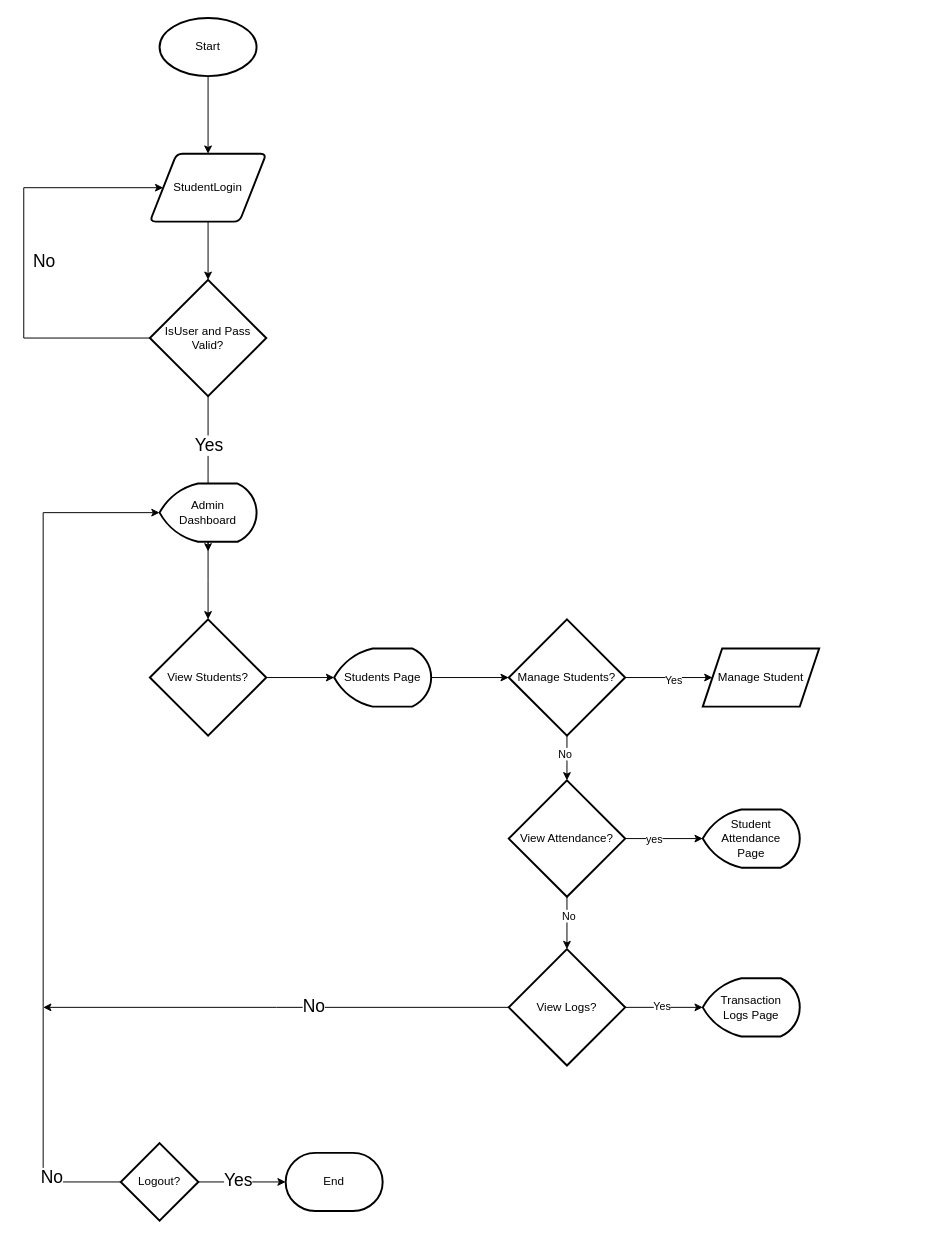
N0Obitaz/DrawIODiagrams keeps this draw.io diagram as Projects/Copy of FlowchartAttendanceSystem.drawio. Above is the earlier version. Source tidied: cells renumbered, new cells numbered last; positions are measured from the earlier drawing's top-left corner, leaving out a move shared by most shapes. Both pictures are drawn from the tidied source at 97%, with x=0, y=0 at pixel (23, 17).
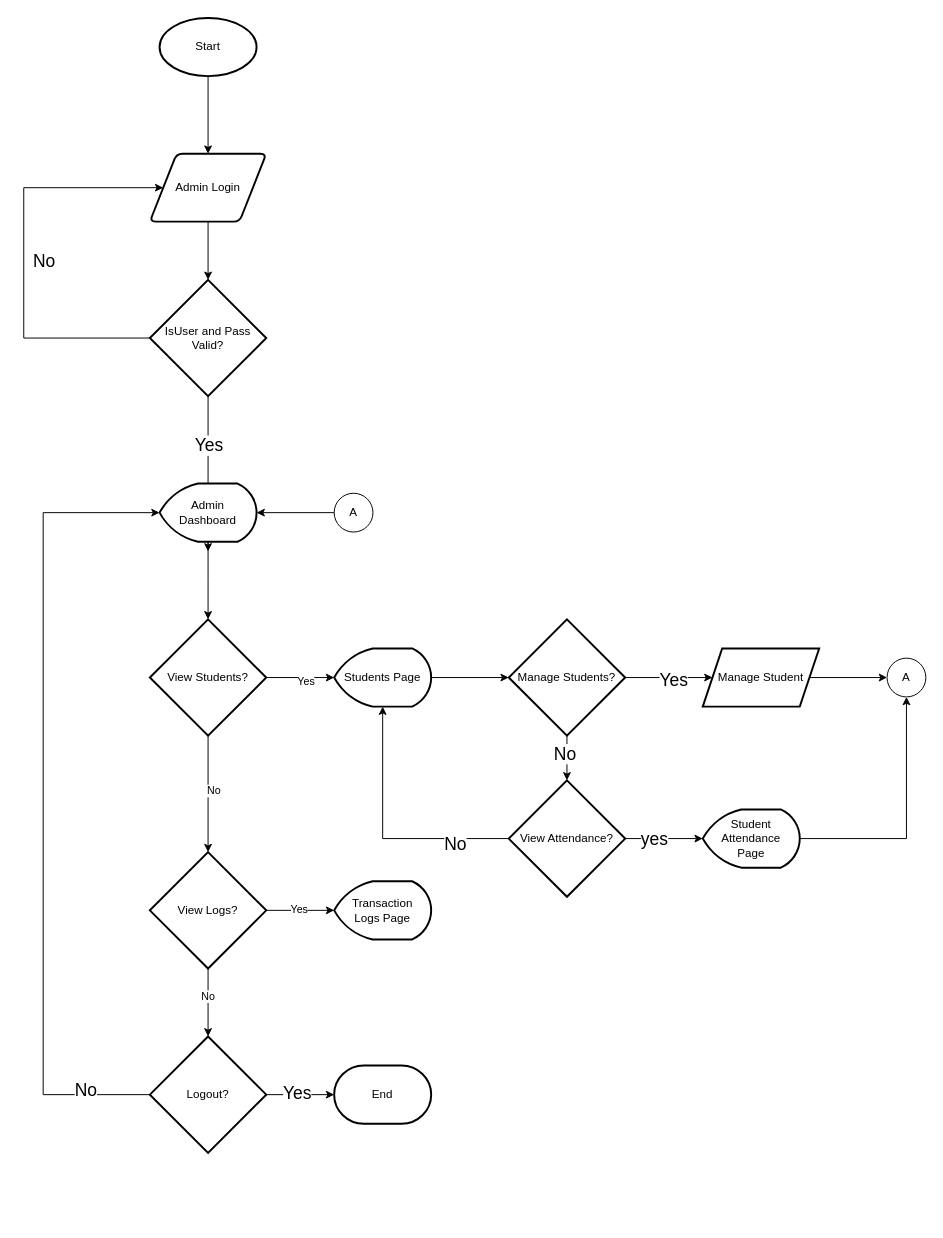
The same page after the edit.

The change refers to these unchanged cells:
```xml
<mxCell id="12" value="Admin&lt;div&gt;Dashboard&lt;/div&gt;" style="strokeWidth=2;html=1;shape=mxgraph.flowchart.display;whiteSpace=wrap;" parent="1" vertex="1">
  <mxGeometry x="140" y="480" width="100" height="60" as="geometry" />
</mxCell>
<mxCell id="19" style="edgeStyle=orthogonalEdgeStyle;rounded=0;jettySize=auto;html=1;" parent="1" edge="1" source="20" target="22">
  <mxGeometry relative="1" as="geometry" />
</mxCell>
<mxCell id="20" value="View Students?" style="strokeWidth=2;html=1;shape=mxgraph.flowchart.decision;whiteSpace=wrap;" parent="1" vertex="1">
  <mxGeometry x="130" y="620" width="120" height="120" as="geometry" />
</mxCell>
<mxCell id="22" value="Students Page" style="strokeWidth=2;html=1;shape=mxgraph.flowchart.display;whiteSpace=wrap;" parent="1" vertex="1">
  <mxGeometry x="320" y="650" width="100" height="60" as="geometry" />
</mxCell>
<mxCell id="23" style="edgeStyle=orthogonalEdgeStyle;rounded=0;jettySize=auto;html=1;" parent="1" edge="1" source="27" target="28">
  <mxGeometry relative="1" as="geometry" />
</mxCell>
<mxCell id="25" style="edgeStyle=orthogonalEdgeStyle;rounded=0;jettySize=auto;html=1;" parent="1" edge="1" source="27" target="33">
  <mxGeometry relative="1" as="geometry" />
</mxCell>
<mxCell id="28" value="Manage Student" style="shape=parallelogram;perimeter=parallelogramPerimeter;whiteSpace=wrap;html=1;fixedSize=1;strokeWidth=2;" parent="1" vertex="1">
  <mxGeometry x="700" y="650" width="120" height="60" as="geometry" />
</mxCell>
<mxCell id="29" style="edgeStyle=orthogonalEdgeStyle;rounded=0;jettySize=auto;html=1;" parent="1" edge="1" source="33" target="34">
  <mxGeometry relative="1" as="geometry" />
</mxCell>
<mxCell id="33" value="View Attendance?" style="strokeWidth=2;html=1;shape=mxgraph.flowchart.decision;whiteSpace=wrap;" parent="1" vertex="1">
  <mxGeometry x="500" y="786" width="120" height="120" as="geometry" />
</mxCell>
<mxCell id="34" value="Student Attendance&lt;div&gt;Page&lt;/div&gt;" style="strokeWidth=2;html=1;shape=mxgraph.flowchart.display;whiteSpace=wrap;" parent="1" vertex="1">
  <mxGeometry x="700" y="816" width="100" height="60" as="geometry" />
</mxCell>
```

Change to the diagram source:
```diff
@@
-    <mxCell id="5" value="StudentLogin" style="shape=parallelogram;html=1;strokeWidth=2;perimeter=parallelogramPerimeter;whiteSpace=wrap;rounded=1;arcSize=12;size=0.23;" parent="1" vertex="1">
+    <mxCell id="5" value="Admin Login" style="shape=parallelogram;html=1;strokeWidth=2;perimeter=parallelogramPerimeter;whiteSpace=wrap;rounded=1;arcSize=12;size=0.23;" parent="1" vertex="1">
       <mxGeometry x="130" y="140" width="120" height="70" as="geometry" />
     </mxCell>
@@
     <mxCell id="13" value="End" style="strokeWidth=2;html=1;shape=mxgraph.flowchart.terminator;whiteSpace=wrap;" parent="1" vertex="1">
-      <mxGeometry x="270" y="1170" width="100" height="60" as="geometry" />
+      <mxGeometry x="320" y="1080" width="100" height="60" as="geometry" />
     </mxCell>
-    <mxCell id="14" style="edgeStyle=orthogonalEdgeStyle;rounded=0;jettySize=auto;html=1;" parent="1" edge="1" source="16" target="13">
+    <mxCell id="14" style="edgeStyle=orthogonalEdgeStyle;rounded=0;jettySize=auto;html=1;exitX=1;exitY=0.5;exitDx=0;exitDy=0;exitPerimeter=0;" parent="1" edge="1" source="16" target="13">
       <mxGeometry relative="1" as="geometry" />
     </mxCell>
@@
-    <mxCell id="16" value="Logout?" style="rhombus;whiteSpace=wrap;html=1;strokeWidth=2;" parent="1" vertex="1">
-      <mxGeometry x="100" y="1160" width="80" height="80" as="geometry" />
-    </mxCell>
-    <mxCell id="17" style="edgeStyle=orthogonalEdgeStyle;rounded=0;jettySize=auto;html=1;entryX=0;entryY=0.5;entryDx=0;entryDy=0;entryPerimeter=0;" parent="1" edge="1" source="16" target="12">
+    <mxCell id="17" style="edgeStyle=orthogonalEdgeStyle;rounded=0;jettySize=auto;html=1;entryX=0;entryY=0.5;entryDx=0;entryDy=0;entryPerimeter=0;exitX=0;exitY=0.5;exitDx=0;exitDy=0;exitPerimeter=0;" parent="1" edge="1" source="16" target="12">
       <mxGeometry relative="1" as="geometry">
         <Array as="points">
-          <mxPoint x="20" y="1200" />
+          <mxPoint x="20" y="1110" />
           <mxPoint x="20" y="510" />
         </Array>
       </mxGeometry>
     </mxCell>
@@
+    <mxCell id="41" value="Yes" style="edgeLabel;html=1;align=center;verticalAlign=middle;" parent="19" vertex="1">
+      <mxGeometry x="0.13" y="-3" relative="1" as="geometry" />
+    </mxCell>
@@
-    <mxCell id="24" value="Yes" style="edgeLabel;html=1;align=center;verticalAlign=middle;" parent="23" vertex="1">
+    <mxCell id="24" value="Yes" style="edgeLabel;html=1;align=center;verticalAlign=middle;fontSize=18;" parent="23" vertex="1">
       <mxGeometry x="0.09" y="-2" relative="1" as="geometry" />
     </mxCell>
@@
-    <mxCell id="26" value="No" style="edgeLabel;html=1;align=center;verticalAlign=middle;" parent="25" vertex="1">
+    <mxCell id="26" value="No" style="edgeLabel;html=1;align=center;verticalAlign=middle;fontSize=18;" parent="25" vertex="1">
       <mxGeometry x="-0.23" y="-3" relative="1" as="geometry" />
     </mxCell>
@@
-    <mxCell id="30" value="yes" style="edgeLabel;html=1;align=center;verticalAlign=middle;" parent="29" vertex="1">
+    <mxCell id="30" value="yes" style="edgeLabel;html=1;align=center;verticalAlign=middle;fontSize=18;" parent="29" vertex="1">
       <mxGeometry x="-0.27" relative="1" as="geometry" />
     </mxCell>
-    <mxCell id="31" style="edgeStyle=orthogonalEdgeStyle;rounded=0;jettySize=auto;html=1;" parent="1" edge="1" source="33" target="39">
-      <mxGeometry relative="1" as="geometry" />
-    </mxCell>
-    <mxCell id="32" value="No" style="edgeLabel;html=1;align=center;verticalAlign=middle;" parent="31" vertex="1">
-      <mxGeometry x="-0.28" y="1" relative="1" as="geometry" />
-    </mxCell>
@@
-    <mxCell id="37" style="edgeStyle=orthogonalEdgeStyle;rounded=0;jettySize=auto;html=1;" parent="1" edge="1" source="39">
-      <mxGeometry relative="1" as="geometry">
-        <mxPoint x="20" y="1020" as="targetPoint" />
-      </mxGeometry>
-    </mxCell>
-    <mxCell id="38" value="&lt;font style=&quot;font-size: 18px;&quot;&gt;No&lt;/font&gt;" style="edgeLabel;html=1;align=center;verticalAlign=middle;" parent="37" vertex="1">
-      <mxGeometry x="-0.16" y="-2" relative="1" as="geometry" />
-    </mxCell>
+    <mxCell id="42" style="edgeStyle=orthogonalEdgeStyle;rounded=0;jettySize=auto;html=1;" parent="1" edge="1" source="39" target="16">
+      <mxGeometry relative="1" as="geometry" />
+    </mxCell>
+    <mxCell id="43" value="No" style="edgeLabel;html=1;align=center;verticalAlign=middle;" parent="42" vertex="1">
+      <mxGeometry x="-0.21" y="-1" relative="1" as="geometry" />
+    </mxCell>
     <mxCell id="39" value="View Logs?" style="strokeWidth=2;html=1;shape=mxgraph.flowchart.decision;whiteSpace=wrap;" parent="1" vertex="1">
-      <mxGeometry x="500" y="960" width="120" height="120" as="geometry" />
+      <mxGeometry x="130" y="860" width="120" height="120" as="geometry" />
     </mxCell>
     <mxCell id="40" value="Transaction&lt;br&gt;Logs Page" style="strokeWidth=2;html=1;shape=mxgraph.flowchart.display;whiteSpace=wrap;" parent="1" vertex="1">
-      <mxGeometry x="700" y="990" width="100" height="60" as="geometry" />
+      <mxGeometry x="320" y="890" width="100" height="60" as="geometry" />
     </mxCell>
+    <mxCell id="44" style="edgeStyle=orthogonalEdgeStyle;rounded=0;jettySize=auto;html=1;entryX=0.5;entryY=1;entryDx=0;entryDy=0;entryPerimeter=0;" parent="1" edge="1" source="33" target="22">
+      <mxGeometry relative="1" as="geometry" />
+    </mxCell>
+    <mxCell id="45" value="No" style="edgeLabel;html=1;align=center;verticalAlign=middle;fontSize=18;" parent="44" vertex="1">
+      <mxGeometry x="-0.58" y="5" relative="1" as="geometry" />
+    </mxCell>
+    <mxCell id="46" style="edgeStyle=orthogonalEdgeStyle;rounded=0;jettySize=auto;html=1;entryX=0.5;entryY=0;entryDx=0;entryDy=0;entryPerimeter=0;" parent="1" edge="1" source="20" target="39">
+      <mxGeometry relative="1" as="geometry" />
+    </mxCell>
+    <mxCell id="47" value="No" style="edgeLabel;html=1;align=center;verticalAlign=middle;" parent="46" vertex="1">
+      <mxGeometry x="-0.07" y="5" relative="1" as="geometry" />
+    </mxCell>
+    <mxCell id="16" value="Logout?" style="strokeWidth=2;html=1;shape=mxgraph.flowchart.decision;whiteSpace=wrap;" parent="1" vertex="1">
+      <mxGeometry x="130" y="1050" width="120" height="120" as="geometry" />
+    </mxCell>
+    <mxCell id="48" style="group;" parent="1" vertex="1">
+      <mxGeometry x="890" y="660" width="40" height="40" as="geometry" />
+    </mxCell>
+    <mxCell id="49" style="verticalLabelPosition=bottom;verticalAlign=top;html=1;shape=mxgraph.flowchart.on-page_reference;" parent="48" vertex="1">
+      <mxGeometry width="40" height="40" as="geometry" />
+    </mxCell>
+    <mxCell id="50" value="A" style="text;html=1;whiteSpace=wrap;strokeColor=none;fillColor=none;align=center;verticalAlign=middle;rounded=0;" parent="48" vertex="1">
+      <mxGeometry x="10" y="5" width="20" height="30" as="geometry" />
+    </mxCell>
+    <mxCell id="51" style="edgeStyle=orthogonalEdgeStyle;rounded=0;jettySize=auto;html=1;entryX=0;entryY=0.5;entryDx=0;entryDy=0;entryPerimeter=0;" parent="1" edge="1" source="28" target="49">
+      <mxGeometry relative="1" as="geometry" />
+    </mxCell>
+    <mxCell id="52" style="group;" parent="1" vertex="1">
+      <mxGeometry x="320" y="490" width="40" height="40" as="geometry" />
+    </mxCell>
+    <mxCell id="53" style="verticalLabelPosition=bottom;verticalAlign=top;html=1;shape=mxgraph.flowchart.on-page_reference;" parent="52" vertex="1">
+      <mxGeometry width="40" height="40" as="geometry" />
+    </mxCell>
+    <mxCell id="54" value="A" style="text;html=1;whiteSpace=wrap;strokeColor=none;fillColor=none;align=center;verticalAlign=middle;rounded=0;" parent="52" vertex="1">
+      <mxGeometry x="10" y="5" width="20" height="30" as="geometry" />
+    </mxCell>
+    <mxCell id="55" style="edgeStyle=orthogonalEdgeStyle;rounded=0;jettySize=auto;html=1;" parent="1" edge="1" source="53" target="12">
+      <mxGeometry relative="1" as="geometry" />
+    </mxCell>
+    <mxCell id="56" style="edgeStyle=orthogonalEdgeStyle;rounded=0;jettySize=auto;html=1;entryX=0.5;entryY=1;entryDx=0;entryDy=0;entryPerimeter=0;" parent="1" edge="1" source="34" target="49">
+      <mxGeometry relative="1" as="geometry" />
+    </mxCell>
```
